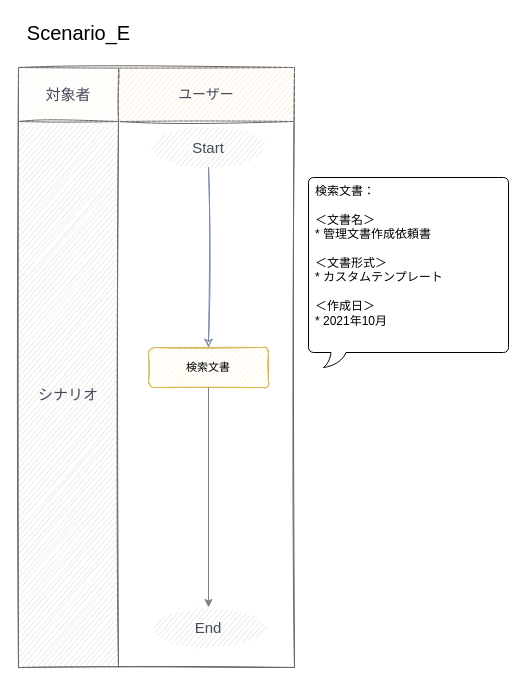
The draw.io diagram page "PDUAT_scnerioE" (5 of 6) of pdscenario(1).drawio in YuseiKawai/Otsuka, before the edit. Source tidied: cells renumbered, new cells numbered last; positions are measured from the earlier drawing's top-left corner, leaving out a move shared by most shapes. Both pictures are drawn from the tidied source at 100%, with x=0, y=0 at pixel (18, 17).
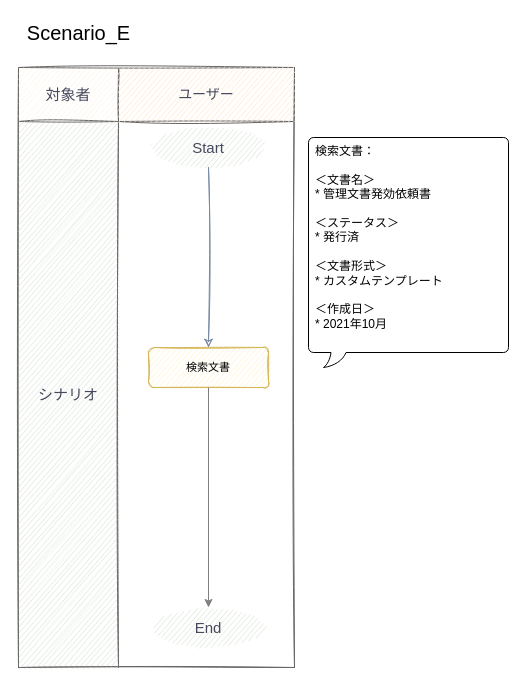
Above is the later version.

Change to the diagram source:
```diff
@@
 <mxGraphModel>
   <root>
     <mxCell id="0" />
     <mxCell id="1" parent="0" />
     <mxCell id="2" style="shape=table;html=1;whiteSpace=wrap;startSize=0;childLayout=tableLayout;fillColor=none;fontFamily=Montserrat;fontSize=15;strokeColor=#666666;fontColor=#46495D;sketch=1;" parent="1" vertex="1">
       <mxGeometry y="50" width="276" height="600" as="geometry" />
     </mxCell>
     <mxCell id="3" style="shape=partialRectangle;html=1;whiteSpace=wrap;fillColor=none;top=0;left=0;bottom=0;right=0;strokeColor=#788AA3;fontColor=#46495D;sketch=1;" parent="2" vertex="1">
       <mxGeometry width="276" height="54" as="geometry" />
     </mxCell>
     <mxCell id="4" value="対象者" style="shape=partialRectangle;html=1;whiteSpace=wrap;top=0;left=0;bottom=0;right=0;overflow=hidden;fontFamily=Montserrat;fillColor=#FFE6CC;opacity=40;strokeColor=#788AA3;fontColor=#46495D;labelBackgroundColor=none;labelBorderColor=none;fontStyle=0;fontSize=15;sketch=1;" parent="3" vertex="1">
       <mxGeometry width="100" height="54" as="geometry" />
     </mxCell>
     <mxCell id="5" value="&lt;div&gt;ユーザー&lt;/div&gt;" style="shape=partialRectangle;html=1;whiteSpace=wrap;fillColor=#FFE6CC;top=0;left=0;bottom=0;right=0;overflow=hidden;fontFamily=Montserrat;strokeColor=#788AA3;fontColor=#46495D;fontSize=14;sketch=1;" parent="3" vertex="1">
       <mxGeometry x="100" width="176" height="54" as="geometry" />
     </mxCell>
     <mxCell id="6" style="shape=partialRectangle;html=1;whiteSpace=wrap;fillColor=none;top=0;left=0;bottom=0;right=0;points=[[0,0.5],[1,0.5]];portConstraint=eastwest;strokeColor=#788AA3;fontColor=#46495D;sketch=1;" parent="2" vertex="1">
       <mxGeometry y="54" width="276" height="546" as="geometry" />
     </mxCell>
     <mxCell id="7" value="シナリオ" style="shape=partialRectangle;html=1;whiteSpace=wrap;top=0;left=0;bottom=0;right=0;overflow=hidden;fontFamily=Montserrat;fillColor=#B2C9AB;opacity=40;strokeColor=#788AA3;fontColor=#46495D;labelBackgroundColor=none;labelBorderColor=none;fontStyle=0;fontSize=15;sketch=1;" parent="6" vertex="1">
       <mxGeometry width="100" height="546" as="geometry" />
     </mxCell>
     <mxCell id="8" style="shape=partialRectangle;html=1;whiteSpace=wrap;fillColor=none;top=0;left=0;bottom=0;right=0;overflow=hidden;fontFamily=Montserrat;strokeColor=#788AA3;fontColor=#46495D;sketch=1;" parent="6" vertex="1">
       <mxGeometry x="100" width="176" height="546" as="geometry" />
     </mxCell>
     <mxCell id="9" style="edgeStyle=orthogonalEdgeStyle;rounded=1;sketch=1;jettySize=auto;html=1;exitX=0.5;exitY=1;exitDx=0;exitDy=0;entryX=0.5;entryY=0;entryDx=0;entryDy=0;strokeColor=#788AA3;fillColor=#B2C9AB;fontFamily=Montserrat;fontSize=12;fontColor=#46495D;" parent="1" edge="1" source="10" target="11">
       <mxGeometry relative="1" as="geometry" />
     </mxCell>
     <mxCell id="10" value="Start" style="ellipse;whiteSpace=wrap;html=1;fontFamily=Montserrat;fontSize=15;opacity=40;gradientDirection=east;strokeColor=none;fillColor=#B2C9AB;fontColor=#46495D;sketch=1;" parent="1" vertex="1">
       <mxGeometry x="130" y="110" width="120" height="40" as="geometry" />
     </mxCell>
     <mxCell id="11" value="検索文書" style="rounded=1;whiteSpace=wrap;html=1;labelBackgroundColor=none;sketch=1;strokeColor=#d6b656;fillColor=#fff2cc;fontSize=11;fontFamily=Noto Sans JP;" parent="1" vertex="1">
       <mxGeometry x="130" y="330" width="120" height="40" as="geometry" />
     </mxCell>
     <mxCell id="12" value="Scenario_E" style="text;html=1;align=center;verticalAlign=middle;fontSize=20;" parent="1" vertex="1">
       <mxGeometry width="120" height="30" as="geometry" />
     </mxCell>
     <mxCell id="13" style="endArrow=none;html=1;fontSize=12;strokeWidth=2;strokeColor=#B3B3B3;" parent="1" edge="1" target="6">
       <mxGeometry relative="1" as="geometry">
         <mxPoint y="250" as="sourcePoint" />
       </mxGeometry>
     </mxCell>
     <mxCell id="14" style="edgeStyle=orthogonalEdgeStyle;rounded=0;jettySize=auto;html=1;exitX=0.5;exitY=1;exitDx=0;exitDy=0;entryX=0.5;entryY=0;entryDx=0;entryDy=0;strokeColor=#808080;" parent="1" edge="1" source="11" target="15">
       <mxGeometry relative="1" as="geometry" />
     </mxCell>
     <mxCell id="15" value="End" style="ellipse;whiteSpace=wrap;html=1;fontFamily=Montserrat;fontSize=15;opacity=40;gradientDirection=east;strokeColor=none;fillColor=#B2C9AB;fontColor=#46495D;sketch=1;" parent="1" vertex="1">
       <mxGeometry x="130" y="590" width="120" height="40" as="geometry" />
     </mxCell>
-    <mxCell id="16" value="&lt;div&gt;検索文書：&lt;/div&gt;&lt;div&gt;&lt;br&gt;&lt;/div&gt;&lt;div&gt;＜文書名＞&lt;br&gt;&lt;/div&gt;&lt;div&gt;* 管理文書作成依頼書&lt;/div&gt;&lt;div&gt;&lt;br&gt;&lt;/div&gt;&lt;div&gt;＜文書形式＞&lt;br&gt;&lt;/div&gt;&lt;div&gt;* カスタムテンプレート&lt;/div&gt;&lt;div&gt;&lt;br&gt;&lt;/div&gt;&lt;div&gt;＜作成日＞&lt;/div&gt;&lt;div&gt;* 2021年10月&lt;/div&gt;&lt;div&gt;&lt;br&gt;&lt;/div&gt;&lt;div&gt;&lt;br&gt;&lt;/div&gt;" style="whiteSpace=wrap;html=1;shape=mxgraph.basic.roundRectCallout;dx=30;dy=15;size=5;boundedLbl=1;verticalAlign=top;align=left;spacingLeft=5;" parent="1" vertex="1">
-      <mxGeometry x="290" y="160" width="200" height="190" as="geometry" />
+    <mxCell id="16" value="&lt;div&gt;検索文書：&lt;/div&gt;&lt;div&gt;&lt;br&gt;&lt;/div&gt;&lt;div&gt;＜文書名＞&lt;br&gt;&lt;/div&gt;&lt;div&gt;* 管理文書発効依頼書&lt;/div&gt;&lt;div&gt;&lt;br&gt;&lt;/div&gt;&lt;div&gt;＜ステータス＞&lt;/div&gt;&lt;div&gt;* 発行済&lt;/div&gt;&lt;div&gt;&lt;br&gt;&lt;/div&gt;&lt;div&gt;＜文書形式＞&lt;br&gt;&lt;/div&gt;&lt;div&gt;* カスタムテンプレート&lt;/div&gt;&lt;div&gt;&lt;br&gt;&lt;/div&gt;&lt;div&gt;＜作成日＞&lt;/div&gt;&lt;div&gt;* 2021年10月&lt;/div&gt;&lt;div&gt;&lt;br&gt;&lt;/div&gt;&lt;div&gt;&lt;br&gt;&lt;/div&gt;" style="whiteSpace=wrap;html=1;shape=mxgraph.basic.roundRectCallout;dx=30;dy=15;size=5;boundedLbl=1;verticalAlign=top;align=left;spacingLeft=5;" parent="1" vertex="1">
+      <mxGeometry x="290" y="120" width="200" height="230" as="geometry" />
     </mxCell>
     <mxCell id="17" parent="0" />
   </root>
 </mxGraphModel>
```
